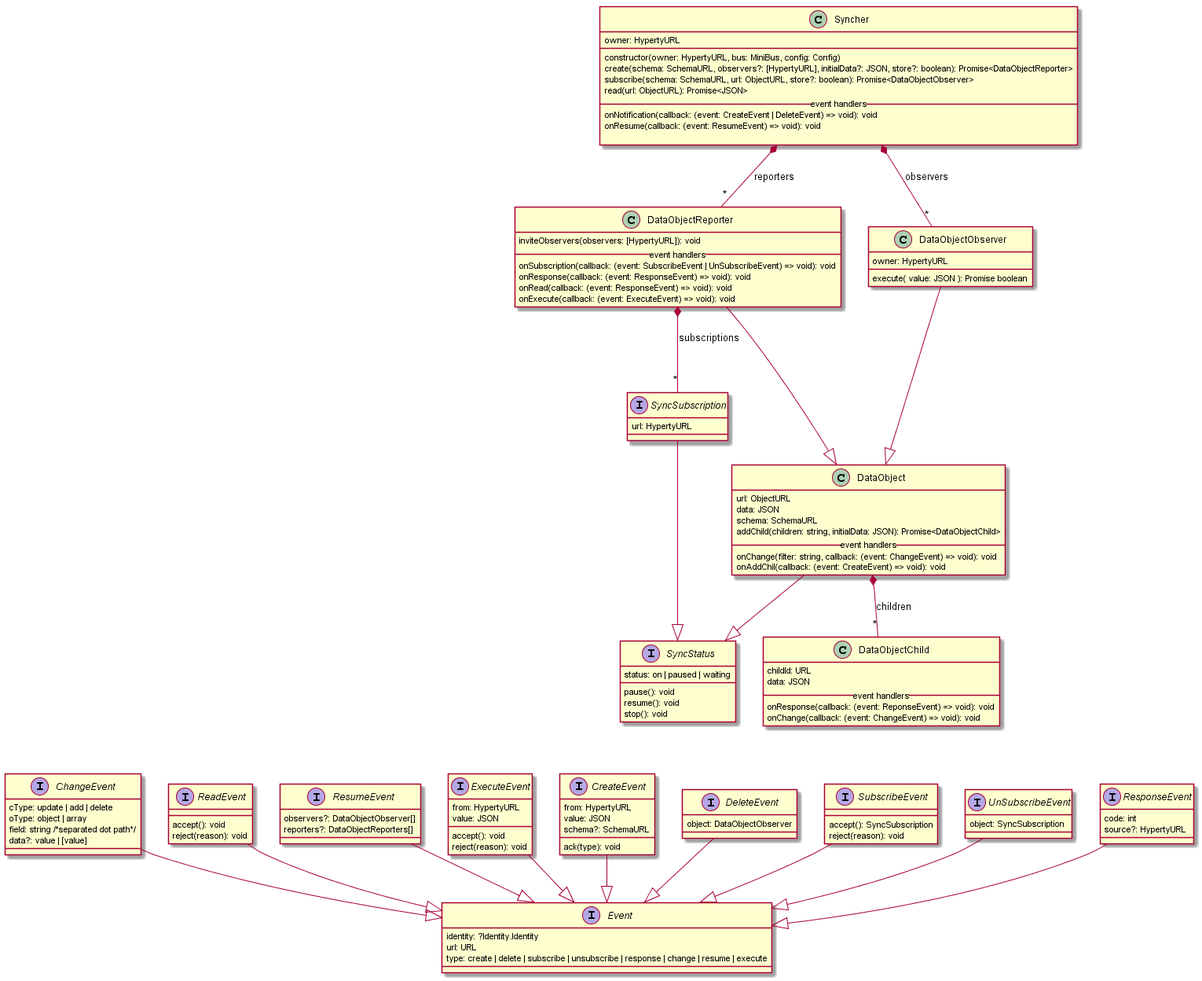
Above: service-framework/SyncherAPI.png in reTHINK-project/specs (PlantUML), before the change.
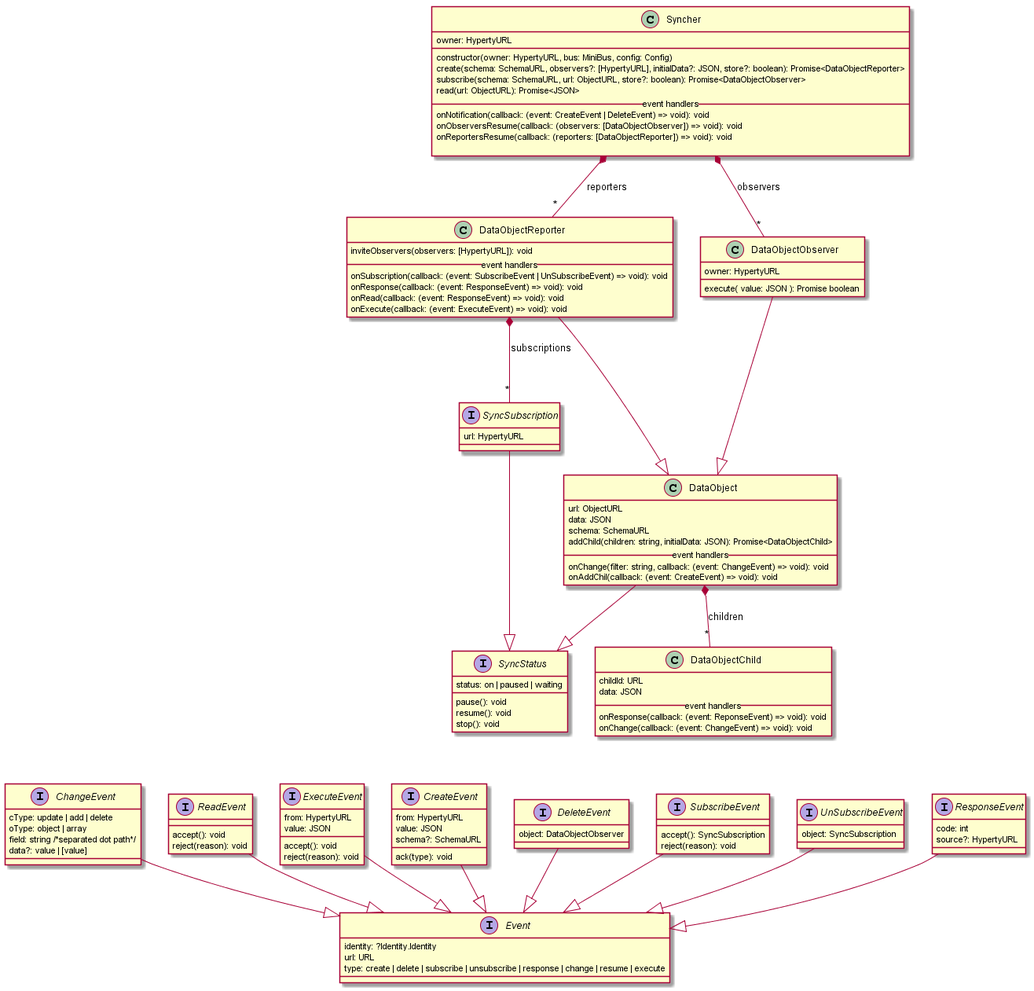
The same diagram one commit later.

Commit message:
Syncher API update: separation between ObserversResume and ReportersResume event handlers

Change to the diagram source:
```diff
@@ -20,7 +20,8 @@
   read(url: ObjectURL): Promise<JSON>
   __ event handlers __
   onNotification(callback: (event: CreateEvent | DeleteEvent) => void): void
-  onResume(callback: (event: ResumeEvent) => void): void
+  onObserversResume(callback: (observers: [DataObjectObserver]) => void): void
+  onReportersResume(callback: (reporters: [DataObjectReporter]) => void): void
 
 }
 
@@ -99,10 +100,6 @@
   reject(reason): void
 }
 
-interface ResumeEvent {
-  observers?: DataObjectObserver[]
-  reporters?: DataObjectReporters[]
-}
 
 interface ExecuteEvent {
   from: HypertyURL
@@ -118,7 +115,6 @@
 ResponseEvent --|> Event
 ChangeEvent --|> Event
 ReadEvent --|> Event
-ResumeEvent --|> Event
 ExecuteEvent --|> Event
 
 SyncSubscription --|> SyncStatus
```
